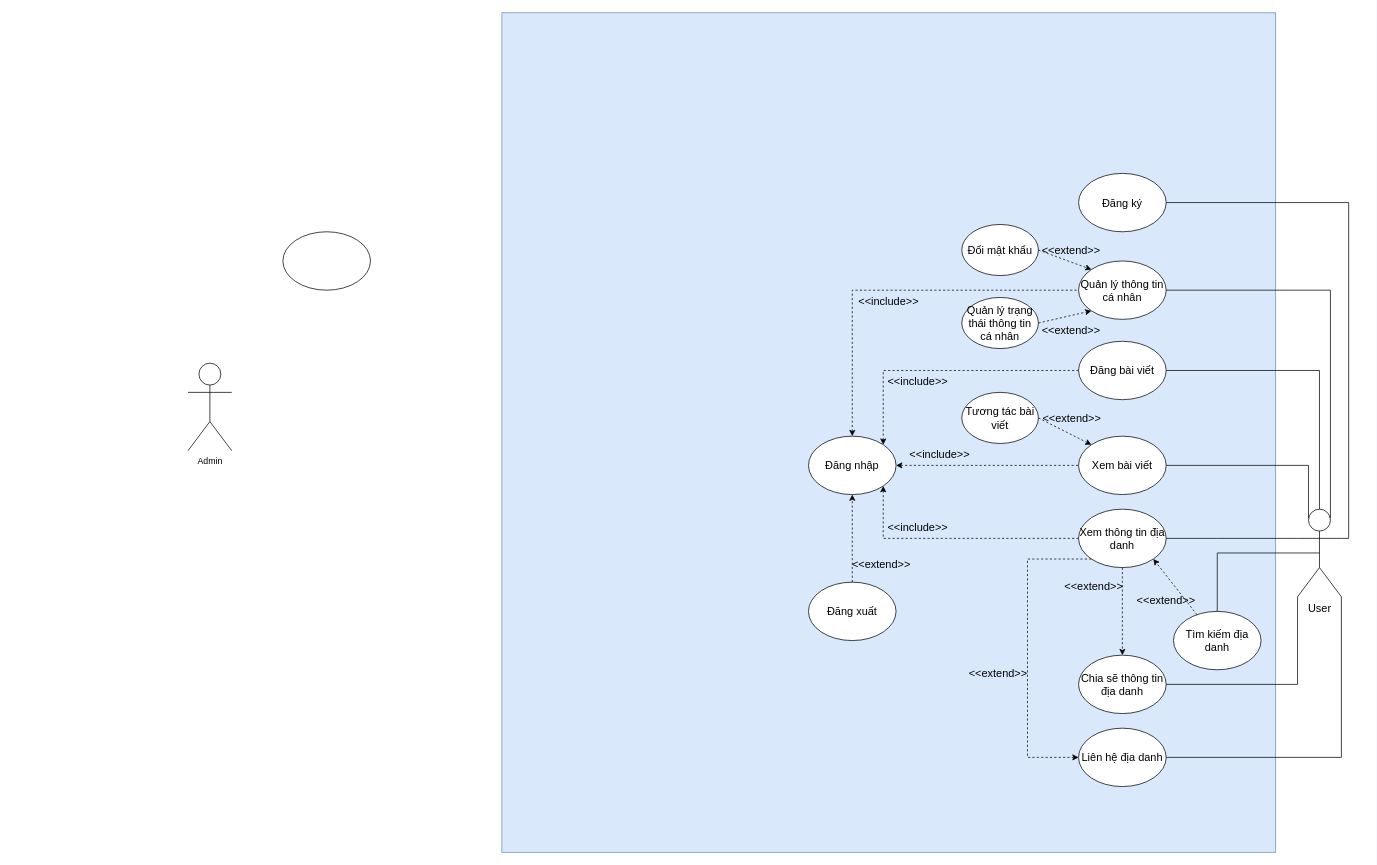
Above: page "Use_Case" (1 of 2) of Use_Case_Android.drawio in HieuNM2809/DoAn_ANDROID (draw.io), before the change. Source tidied: cells renumbered, new cells numbered last; positions are measured from the earlier drawing's top-left corner, leaving out a move shared by most shapes. Both pictures are drawn from the tidied source at 73%, with x=0, y=0 at pixel (188, 12).
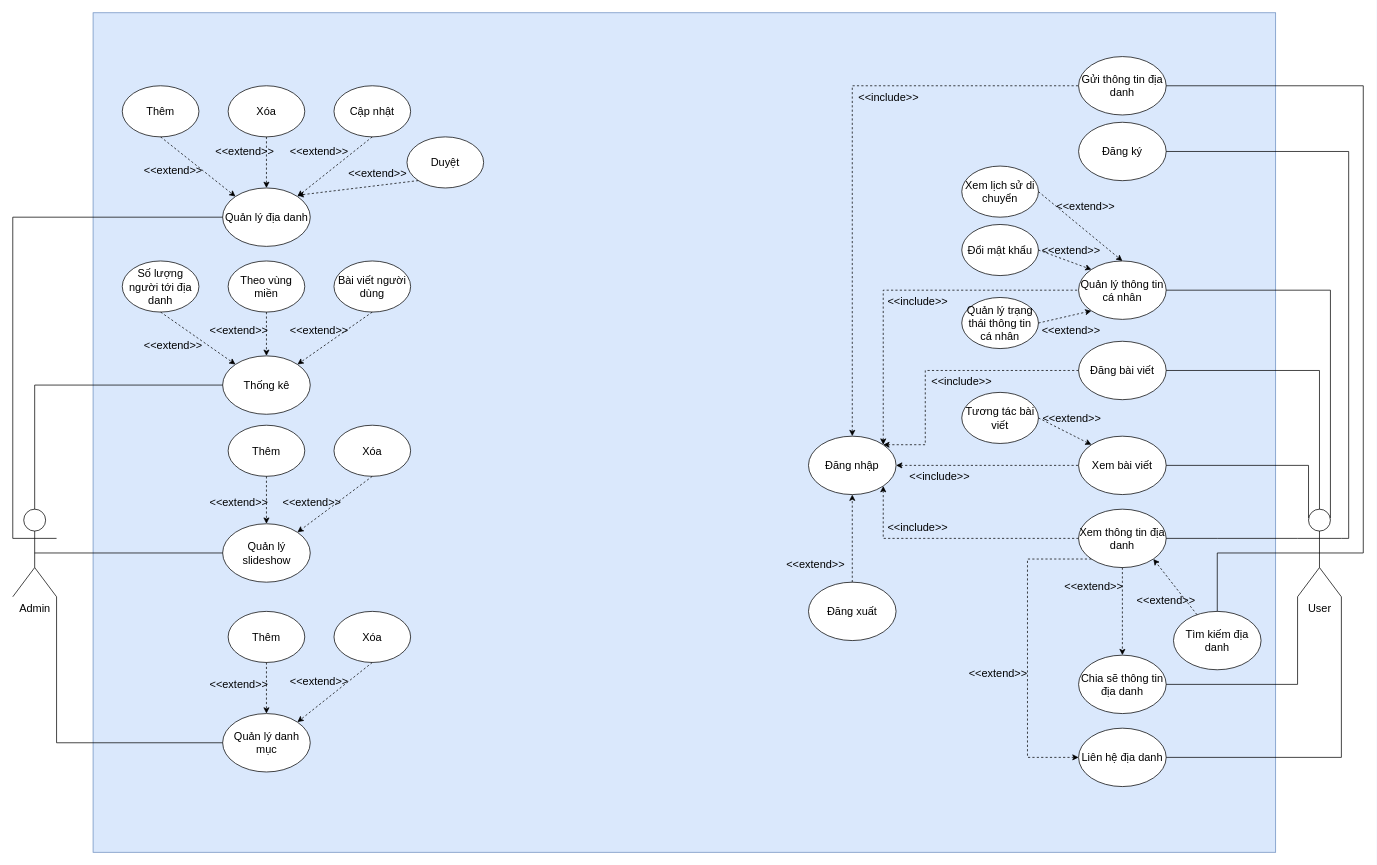
The same page after the edit.

The change refers to these unchanged cells:
```xml
<mxCell id="5" value="User" style="shape=umlActor;verticalLabelPosition=bottom;verticalAlign=top;html=1;outlineConnect=0;fontSize=15;" parent="1" vertex="1">
  <mxGeometry x="1520" y="680" width="60" height="120" as="geometry" />
</mxCell>
<mxCell id="7" value="Đăng nhập" style="ellipse;whiteSpace=wrap;html=1;fontSize=15;" parent="1" vertex="1">
  <mxGeometry x="850" y="580" width="120" height="80" as="geometry" />
</mxCell>
<mxCell id="8" value="Quản lý thông tin cá nhân" style="ellipse;whiteSpace=wrap;html=1;fontSize=15;" parent="1" vertex="1">
  <mxGeometry x="1220" y="340" width="120" height="80" as="geometry" />
</mxCell>
<mxCell id="14" value="Đăng bài viết" style="ellipse;whiteSpace=wrap;html=1;fontSize=15;" parent="1" vertex="1">
  <mxGeometry x="1220" y="450" width="120" height="80" as="geometry" />
</mxCell>
```

The edit, as a diff of the source:
```diff
@@
     <mxCell id="2" style="rounded=0;whiteSpace=wrap;html=1;fontSize=15;fillColor=#dae8fc;strokeColor=#6c8ebf;" parent="1" vertex="1">
-      <mxGeometry x="430" width="1060" height="1150" as="geometry" />
+      <mxGeometry x="-130" width="1620" height="1150" as="geometry" />
     </mxCell>
-    <mxCell id="3" value="Admin" style="shape=umlActor;verticalLabelPosition=bottom;verticalAlign=top;html=1;outlineConnect=0;" parent="1" vertex="1">
-      <mxGeometry y="480" width="60" height="120" as="geometry" />
+    <mxCell id="3" value="Admin" style="shape=umlActor;verticalLabelPosition=bottom;verticalAlign=top;html=1;outlineConnect=0;fontSize=15;" parent="1" vertex="1">
+      <mxGeometry x="-240" y="680" width="60" height="120" as="geometry" />
     </mxCell>
-    <mxCell id="4" style="ellipse;whiteSpace=wrap;html=1;" parent="1" vertex="1">
-      <mxGeometry x="130" y="300" width="120" height="80" as="geometry" />
-    </mxCell>
@@
     <mxCell id="6" value="Đăng ký" style="ellipse;whiteSpace=wrap;html=1;fontSize=15;" parent="1" vertex="1">
-      <mxGeometry x="1220" y="220" width="120" height="80" as="geometry" />
+      <mxGeometry x="1220" y="150" width="120" height="80" as="geometry" />
     </mxCell>
@@
-    <mxCell id="27" style="endArrow=none;dashed=1;html=1;rounded=0;fontSize=15;entryX=0;entryY=0.5;entryDx=0;entryDy=0;endFill=0;edgeStyle=orthogonalEdgeStyle;exitX=0.5;exitY=0;exitDx=0;exitDy=0;elbow=vertical;startArrow=classic;startFill=1;" parent="1" edge="1" source="7" target="8">
-      <mxGeometry relative="1" as="geometry" />
+    <mxCell id="27" style="endArrow=none;dashed=1;html=1;rounded=0;fontSize=15;entryX=0;entryY=0.5;entryDx=0;entryDy=0;endFill=0;edgeStyle=orthogonalEdgeStyle;exitX=1;exitY=0;exitDx=0;exitDy=0;elbow=vertical;startArrow=classic;startFill=1;" parent="1" edge="1" source="7" target="8">
+      <mxGeometry relative="1" as="geometry">
+        <Array as="points">
+          <mxPoint x="952" y="380" />
+        </Array>
+      </mxGeometry>
     </mxCell>
     <mxCell id="28" style="endArrow=none;dashed=1;html=1;rounded=0;fontSize=15;entryX=0;entryY=0.5;entryDx=0;entryDy=0;endFill=0;edgeStyle=orthogonalEdgeStyle;exitX=1;exitY=0;exitDx=0;exitDy=0;startArrow=classic;startFill=1;" parent="1" edge="1" source="7" target="14">
       <mxGeometry relative="1" as="geometry">
         <Array as="points">
-          <mxPoint x="952" y="490" />
+          <mxPoint x="1010" y="592" />
+          <mxPoint x="1010" y="490" />
         </Array>
       </mxGeometry>
     </mxCell>
@@
     <mxCell id="44" value="&amp;lt;&amp;lt;include&amp;gt;&amp;gt;" style="text;html=1;strokeColor=none;fillColor=none;align=center;verticalAlign=middle;whiteSpace=wrap;rounded=0;fontSize=15;rotation=0;" parent="1" vertex="1">
-      <mxGeometry x="1000" y="590" width="60" height="30" as="geometry" />
+      <mxGeometry x="1000" y="620" width="60" height="30" as="geometry" />
     </mxCell>
     <mxCell id="45" value="&amp;lt;&amp;lt;include&amp;gt;&amp;gt;" style="text;html=1;strokeColor=none;fillColor=none;align=center;verticalAlign=middle;whiteSpace=wrap;rounded=0;fontSize=15;rotation=0;" parent="1" vertex="1">
-      <mxGeometry x="970" y="490" width="60" height="30" as="geometry" />
+      <mxGeometry x="1030" y="490" width="60" height="30" as="geometry" />
     </mxCell>
     <mxCell id="46" value="&amp;lt;&amp;lt;include&amp;gt;&amp;gt;" style="text;html=1;strokeColor=none;fillColor=none;align=center;verticalAlign=middle;whiteSpace=wrap;rounded=0;fontSize=15;rotation=0;" parent="1" vertex="1">
-      <mxGeometry x="930" y="380" width="60" height="30" as="geometry" />
+      <mxGeometry x="970" y="380" width="60" height="30" as="geometry" />
     </mxCell>
@@
     <mxCell id="48" value="&amp;lt;&amp;lt;extend&amp;gt;&amp;gt;" style="text;html=1;strokeColor=none;fillColor=none;align=center;verticalAlign=middle;whiteSpace=wrap;rounded=0;fontSize=15;rotation=0;" parent="1" vertex="1">
-      <mxGeometry x="920" y="740" width="60" height="30" as="geometry" />
+      <mxGeometry x="830" y="740" width="60" height="30" as="geometry" />
     </mxCell>
+    <mxCell id="49" value="Quản lý địa danh" style="ellipse;whiteSpace=wrap;html=1;fontSize=15;" parent="1" vertex="1">
+      <mxGeometry x="47.5" y="240" width="120" height="80" as="geometry" />
+    </mxCell>
+    <mxCell id="50" value="Thêm" style="ellipse;whiteSpace=wrap;html=1;fontSize=15;" parent="1" vertex="1">
+      <mxGeometry x="-90" y="100" width="105" height="70" as="geometry" />
+    </mxCell>
+    <mxCell id="51" value="Xóa" style="ellipse;whiteSpace=wrap;html=1;fontSize=15;" parent="1" vertex="1">
+      <mxGeometry x="55" y="100" width="105" height="70" as="geometry" />
+    </mxCell>
+    <mxCell id="52" value="Cập nhật" style="ellipse;whiteSpace=wrap;html=1;fontSize=15;" parent="1" vertex="1">
+      <mxGeometry x="200" y="100" width="105" height="70" as="geometry" />
+    </mxCell>
+    <mxCell id="53" style="endArrow=classic;dashed=1;html=1;rounded=0;fontSize=15;entryX=0.5;entryY=0;entryDx=0;entryDy=0;exitX=0.5;exitY=1;exitDx=0;exitDy=0;endFill=1;" parent="1" edge="1" source="51" target="49">
+      <mxGeometry relative="1" as="geometry" />
+    </mxCell>
+    <mxCell id="54" style="endArrow=classic;dashed=1;html=1;rounded=0;fontSize=15;entryX=1;entryY=0;entryDx=0;entryDy=0;exitX=0.5;exitY=1;exitDx=0;exitDy=0;endFill=1;" parent="1" edge="1" source="52" target="49">
+      <mxGeometry relative="1" as="geometry" />
+    </mxCell>
+    <mxCell id="55" style="endArrow=classic;dashed=1;html=1;rounded=0;fontSize=15;entryX=0;entryY=0;entryDx=0;entryDy=0;exitX=0.5;exitY=1;exitDx=0;exitDy=0;endFill=1;" parent="1" edge="1" source="50" target="49">
+      <mxGeometry relative="1" as="geometry" />
+    </mxCell>
+    <mxCell id="56" value="Thống kê" style="ellipse;whiteSpace=wrap;html=1;fontSize=15;" parent="1" vertex="1">
+      <mxGeometry x="47.5" y="470" width="120" height="80" as="geometry" />
+    </mxCell>
+    <mxCell id="57" value="Duyệt" style="ellipse;whiteSpace=wrap;html=1;fontSize=15;" parent="1" vertex="1">
+      <mxGeometry x="300" y="170" width="105" height="70" as="geometry" />
+    </mxCell>
+    <mxCell id="58" style="endArrow=classic;dashed=1;html=1;rounded=0;fontSize=15;exitX=0;exitY=1;exitDx=0;exitDy=0;endFill=1;" parent="1" edge="1" source="57">
+      <mxGeometry relative="1" as="geometry">
+        <mxPoint x="150" y="250" as="targetPoint" />
+      </mxGeometry>
+    </mxCell>
+    <mxCell id="59" value="Gửi thông tin địa danh" style="ellipse;whiteSpace=wrap;html=1;fontSize=15;" parent="1" vertex="1">
+      <mxGeometry x="1220" y="60" width="120" height="80" as="geometry" />
+    </mxCell>
+    <mxCell id="60" style="endArrow=none;html=1;rounded=0;fontSize=15;entryX=0.5;entryY=0.5;entryDx=0;entryDy=0;entryPerimeter=0;exitX=1;exitY=0.5;exitDx=0;exitDy=0;edgeStyle=orthogonalEdgeStyle;" parent="1" edge="1" source="59" target="5">
+      <mxGeometry relative="1" as="geometry">
+        <Array as="points">
+          <mxPoint x="1610" y="100" />
+          <mxPoint x="1610" y="740" />
+        </Array>
+      </mxGeometry>
+    </mxCell>
+    <mxCell id="61" style="endArrow=none;dashed=1;html=1;rounded=0;fontSize=15;entryX=0;entryY=0.5;entryDx=0;entryDy=0;endFill=0;edgeStyle=orthogonalEdgeStyle;exitX=0.5;exitY=0;exitDx=0;exitDy=0;elbow=vertical;startArrow=classic;startFill=1;" parent="1" edge="1" source="7" target="59">
+      <mxGeometry relative="1" as="geometry">
+        <Array as="points">
+          <mxPoint x="910" y="100" />
+        </Array>
+      </mxGeometry>
+    </mxCell>
+    <mxCell id="62" value="&amp;lt;&amp;lt;include&amp;gt;&amp;gt;" style="text;html=1;strokeColor=none;fillColor=none;align=center;verticalAlign=middle;whiteSpace=wrap;rounded=0;fontSize=15;rotation=0;" parent="1" vertex="1">
+      <mxGeometry x="930" y="100" width="60" height="30" as="geometry" />
+    </mxCell>
+    <mxCell id="63" value="Số lượng người tới địa danh" style="ellipse;whiteSpace=wrap;html=1;fontSize=15;" parent="1" vertex="1">
+      <mxGeometry x="-90" y="340" width="105" height="70" as="geometry" />
+    </mxCell>
+    <mxCell id="64" value="Theo vùng miền" style="ellipse;whiteSpace=wrap;html=1;fontSize=15;" parent="1" vertex="1">
+      <mxGeometry x="55" y="340" width="105" height="70" as="geometry" />
+    </mxCell>
+    <mxCell id="65" value="Bài viết người dùng" style="ellipse;whiteSpace=wrap;html=1;fontSize=15;" parent="1" vertex="1">
+      <mxGeometry x="200" y="340" width="105" height="70" as="geometry" />
+    </mxCell>
+    <mxCell id="66" style="endArrow=classic;dashed=1;html=1;rounded=0;fontSize=15;entryX=0;entryY=0;entryDx=0;entryDy=0;exitX=0.5;exitY=1;exitDx=0;exitDy=0;endFill=1;" parent="1" edge="1" source="63" target="56">
+      <mxGeometry relative="1" as="geometry" />
+    </mxCell>
+    <mxCell id="67" style="endArrow=classic;dashed=1;html=1;rounded=0;fontSize=15;entryX=0.5;entryY=0;entryDx=0;entryDy=0;exitX=0.5;exitY=1;exitDx=0;exitDy=0;endFill=1;" parent="1" edge="1" source="64" target="56">
+      <mxGeometry relative="1" as="geometry" />
+    </mxCell>
+    <mxCell id="68" style="endArrow=classic;dashed=1;html=1;rounded=0;fontSize=15;entryX=1;entryY=0;entryDx=0;entryDy=0;exitX=0.5;exitY=1;exitDx=0;exitDy=0;endFill=1;" parent="1" edge="1" source="65" target="56">
+      <mxGeometry relative="1" as="geometry" />
+    </mxCell>
+    <mxCell id="69" value="Xem lịch sử di chuyển" style="ellipse;whiteSpace=wrap;html=1;fontSize=15;" parent="1" vertex="1">
+      <mxGeometry x="1060" y="210" width="105" height="70" as="geometry" />
+    </mxCell>
+    <mxCell id="70" style="endArrow=classic;dashed=1;html=1;rounded=0;fontSize=15;entryX=0.5;entryY=0;entryDx=0;entryDy=0;exitX=1;exitY=0.5;exitDx=0;exitDy=0;endFill=1;" parent="1" edge="1" source="69" target="8">
+      <mxGeometry relative="1" as="geometry" />
+    </mxCell>
+    <mxCell id="71" value="&amp;lt;&amp;lt;extend&amp;gt;&amp;gt;" style="text;html=1;strokeColor=none;fillColor=none;align=center;verticalAlign=middle;whiteSpace=wrap;rounded=0;fontSize=15;rotation=0;" parent="1" vertex="1">
+      <mxGeometry x="1200" y="250" width="60" height="30" as="geometry" />
+    </mxCell>
+    <mxCell id="72" value="&amp;lt;&amp;lt;extend&amp;gt;&amp;gt;" style="text;html=1;strokeColor=none;fillColor=none;align=center;verticalAlign=middle;whiteSpace=wrap;rounded=0;fontSize=15;rotation=0;" parent="1" vertex="1">
+      <mxGeometry x="47.5" y="175" width="60" height="30" as="geometry" />
+    </mxCell>
+    <mxCell id="73" value="&amp;lt;&amp;lt;extend&amp;gt;&amp;gt;" style="text;html=1;strokeColor=none;fillColor=none;align=center;verticalAlign=middle;whiteSpace=wrap;rounded=0;fontSize=15;rotation=0;" parent="1" vertex="1">
+      <mxGeometry x="-50" y="200" width="60" height="30" as="geometry" />
+    </mxCell>
+    <mxCell id="74" value="&amp;lt;&amp;lt;extend&amp;gt;&amp;gt;" style="text;html=1;strokeColor=none;fillColor=none;align=center;verticalAlign=middle;whiteSpace=wrap;rounded=0;fontSize=15;rotation=0;" parent="1" vertex="1">
+      <mxGeometry x="150" y="175" width="60" height="30" as="geometry" />
+    </mxCell>
+    <mxCell id="75" value="&amp;lt;&amp;lt;extend&amp;gt;&amp;gt;" style="text;html=1;strokeColor=none;fillColor=none;align=center;verticalAlign=middle;whiteSpace=wrap;rounded=0;fontSize=15;rotation=0;" parent="1" vertex="1">
+      <mxGeometry x="230" y="205" width="60" height="30" as="geometry" />
+    </mxCell>
+    <mxCell id="76" value="&amp;lt;&amp;lt;extend&amp;gt;&amp;gt;" style="text;html=1;strokeColor=none;fillColor=none;align=center;verticalAlign=middle;whiteSpace=wrap;rounded=0;fontSize=15;rotation=0;" parent="1" vertex="1">
+      <mxGeometry x="-50" y="440" width="60" height="30" as="geometry" />
+    </mxCell>
+    <mxCell id="77" value="&amp;lt;&amp;lt;extend&amp;gt;&amp;gt;" style="text;html=1;strokeColor=none;fillColor=none;align=center;verticalAlign=middle;whiteSpace=wrap;rounded=0;fontSize=15;rotation=0;" parent="1" vertex="1">
+      <mxGeometry x="40" y="420" width="60" height="30" as="geometry" />
+    </mxCell>
+    <mxCell id="78" value="&amp;lt;&amp;lt;extend&amp;gt;&amp;gt;" style="text;html=1;strokeColor=none;fillColor=none;align=center;verticalAlign=middle;whiteSpace=wrap;rounded=0;fontSize=15;rotation=0;" parent="1" vertex="1">
+      <mxGeometry x="150" y="420" width="60" height="30" as="geometry" />
+    </mxCell>
+    <mxCell id="79" value="Quản lý slideshow" style="ellipse;whiteSpace=wrap;html=1;fontSize=15;" parent="1" vertex="1">
+      <mxGeometry x="47.5" y="700" width="120" height="80" as="geometry" />
+    </mxCell>
+    <mxCell id="80" value="Thêm" style="ellipse;whiteSpace=wrap;html=1;fontSize=15;" parent="1" vertex="1">
+      <mxGeometry x="55" y="565" width="105" height="70" as="geometry" />
+    </mxCell>
+    <mxCell id="81" value="Xóa" style="ellipse;whiteSpace=wrap;html=1;fontSize=15;" parent="1" vertex="1">
+      <mxGeometry x="200" y="565" width="105" height="70" as="geometry" />
+    </mxCell>
+    <mxCell id="82" value="Quản lý danh mục" style="ellipse;whiteSpace=wrap;html=1;fontSize=15;" parent="1" vertex="1">
+      <mxGeometry x="47.5" y="960" width="120" height="80" as="geometry" />
+    </mxCell>
+    <mxCell id="83" style="endArrow=classic;dashed=1;html=1;rounded=0;fontSize=15;entryX=0.5;entryY=0;entryDx=0;entryDy=0;exitX=0.5;exitY=1;exitDx=0;exitDy=0;endFill=1;" parent="1" edge="1" source="80" target="79">
+      <mxGeometry relative="1" as="geometry" />
+    </mxCell>
+    <mxCell id="84" style="endArrow=classic;dashed=1;html=1;rounded=0;fontSize=15;entryX=1;entryY=0;entryDx=0;entryDy=0;exitX=0.5;exitY=1;exitDx=0;exitDy=0;endFill=1;" parent="1" edge="1" source="81" target="79">
+      <mxGeometry relative="1" as="geometry" />
+    </mxCell>
+    <mxCell id="85" value="&amp;lt;&amp;lt;extend&amp;gt;&amp;gt;" style="text;html=1;strokeColor=none;fillColor=none;align=center;verticalAlign=middle;whiteSpace=wrap;rounded=0;fontSize=15;rotation=0;" parent="1" vertex="1">
+      <mxGeometry x="40" y="655" width="60" height="30" as="geometry" />
+    </mxCell>
+    <mxCell id="86" value="&amp;lt;&amp;lt;extend&amp;gt;&amp;gt;" style="text;html=1;strokeColor=none;fillColor=none;align=center;verticalAlign=middle;whiteSpace=wrap;rounded=0;fontSize=15;rotation=0;" parent="1" vertex="1">
+      <mxGeometry x="140" y="655" width="60" height="30" as="geometry" />
+    </mxCell>
+    <mxCell id="87" value="Thêm" style="ellipse;whiteSpace=wrap;html=1;fontSize=15;" parent="1" vertex="1">
+      <mxGeometry x="55" y="820" width="105" height="70" as="geometry" />
+    </mxCell>
+    <mxCell id="88" value="Xóa" style="ellipse;whiteSpace=wrap;html=1;fontSize=15;" parent="1" vertex="1">
+      <mxGeometry x="200" y="820" width="105" height="70" as="geometry" />
+    </mxCell>
+    <mxCell id="89" style="endArrow=classic;dashed=1;html=1;rounded=0;fontSize=15;entryX=1;entryY=0;entryDx=0;entryDy=0;exitX=0.5;exitY=1;exitDx=0;exitDy=0;endFill=1;" parent="1" edge="1" source="88" target="82">
+      <mxGeometry relative="1" as="geometry" />
+    </mxCell>
+    <mxCell id="90" style="endArrow=classic;dashed=1;html=1;rounded=0;fontSize=15;entryX=0.5;entryY=0;entryDx=0;entryDy=0;exitX=0.5;exitY=1;exitDx=0;exitDy=0;endFill=1;" parent="1" edge="1" source="87" target="82">
+      <mxGeometry relative="1" as="geometry" />
+    </mxCell>
+    <mxCell id="91" value="&amp;lt;&amp;lt;extend&amp;gt;&amp;gt;" style="text;html=1;strokeColor=none;fillColor=none;align=center;verticalAlign=middle;whiteSpace=wrap;rounded=0;fontSize=15;rotation=0;" parent="1" vertex="1">
+      <mxGeometry x="150" y="900" width="60" height="30" as="geometry" />
+    </mxCell>
+    <mxCell id="92" value="&amp;lt;&amp;lt;extend&amp;gt;&amp;gt;" style="text;html=1;strokeColor=none;fillColor=none;align=center;verticalAlign=middle;whiteSpace=wrap;rounded=0;fontSize=15;rotation=0;" parent="1" vertex="1">
+      <mxGeometry x="40" y="905" width="60" height="30" as="geometry" />
+    </mxCell>
+    <mxCell id="93" style="endArrow=none;html=1;rounded=0;fontSize=15;exitX=1;exitY=1;exitDx=0;exitDy=0;exitPerimeter=0;entryX=0;entryY=0.5;entryDx=0;entryDy=0;edgeStyle=orthogonalEdgeStyle;" parent="1" edge="1" source="3" target="82">
+      <mxGeometry relative="1" as="geometry" />
+    </mxCell>
+    <mxCell id="94" style="endArrow=none;html=1;rounded=0;fontSize=15;exitX=0.5;exitY=0.5;exitDx=0;exitDy=0;exitPerimeter=0;entryX=0;entryY=0.5;entryDx=0;entryDy=0;edgeStyle=orthogonalEdgeStyle;" parent="1" edge="1" source="3" target="79">
+      <mxGeometry relative="1" as="geometry" />
+    </mxCell>
+    <mxCell id="95" style="endArrow=none;html=1;rounded=0;fontSize=15;entryX=0;entryY=0.5;entryDx=0;entryDy=0;edgeStyle=orthogonalEdgeStyle;exitX=0;exitY=0.3333333333333333;exitDx=0;exitDy=0;exitPerimeter=0;" parent="1" edge="1" source="3" target="49">
+      <mxGeometry relative="1" as="geometry">
+        <Array as="points">
+          <mxPoint x="-240" y="280" />
+        </Array>
+      </mxGeometry>
+    </mxCell>
+    <mxCell id="96" style="endArrow=none;html=1;rounded=0;fontSize=15;entryX=0;entryY=0.5;entryDx=0;entryDy=0;edgeStyle=orthogonalEdgeStyle;exitX=0.5;exitY=0;exitDx=0;exitDy=0;exitPerimeter=0;" parent="1" edge="1" source="3" target="56">
+      <mxGeometry relative="1" as="geometry">
+        <Array as="points">
+          <mxPoint x="-210" y="510" />
+        </Array>
+      </mxGeometry>
+    </mxCell>
```
